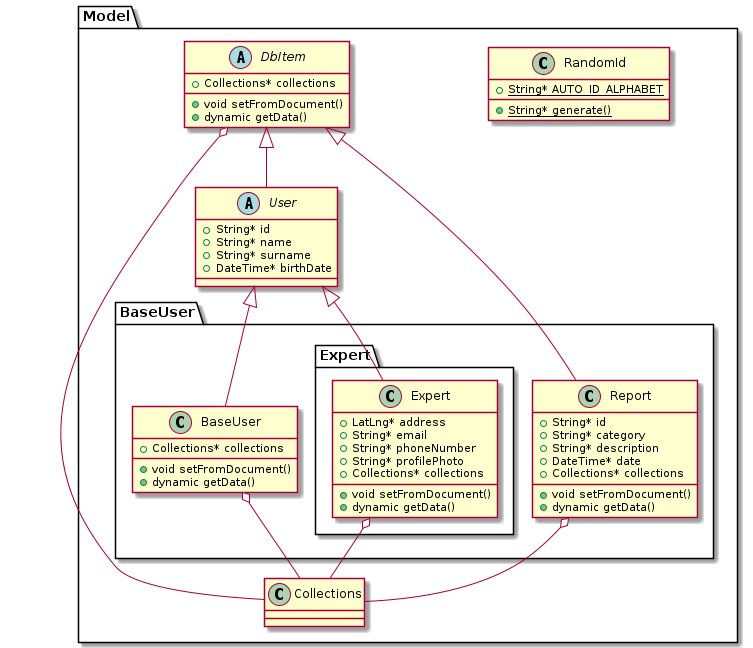
simoneghiazzi/DIMA keeps this PlantUML diagram as out/docs/uml_model1/ModelUML.png. Above is the earlier version. The source it was exported from:
```plantuml
@startuml ModelUML
package Model {
    class "RandomId" {
        {static} +String* AUTO_ID_ALPHABET
        {static} +String* generate()
    }

    abstract class "DbItem" {
        +Collections* collections
        +void setFromDocument()
        +dynamic getData()
    }
    "DbItem" o-- "Collections"

    abstract class "User" {
        +String* id
        +String* name
        +String* surname
        +DateTime* birthDate
    }
    "DbItem" <|-- "User"

    package BaseUser {
        class "Report" {
            +String* id
            +String* category
            +String* description
            +DateTime* date
            +Collections* collections
            +void setFromDocument()
            +dynamic getData()
        }
        "DbItem" <|-- "Report"
        "Report" o-- "Collections"

        class "BaseUser" {
            +Collections* collections
            +void setFromDocument()
            +dynamic getData()
        }
        "User" <|-- "BaseUser"
        "BaseUser" o-- "Collections"

        package Expert {
            class "Expert" {
                +LatLng* address
                +String* email
                +String* phoneNumber
                +String* profilePhoto
                +Collections* collections
                +void setFromDocument()
                +dynamic getData()
            }
            "User" <|-- "Expert"
            "Expert" o-- "Collections"
        }
    }
    @enduml
```
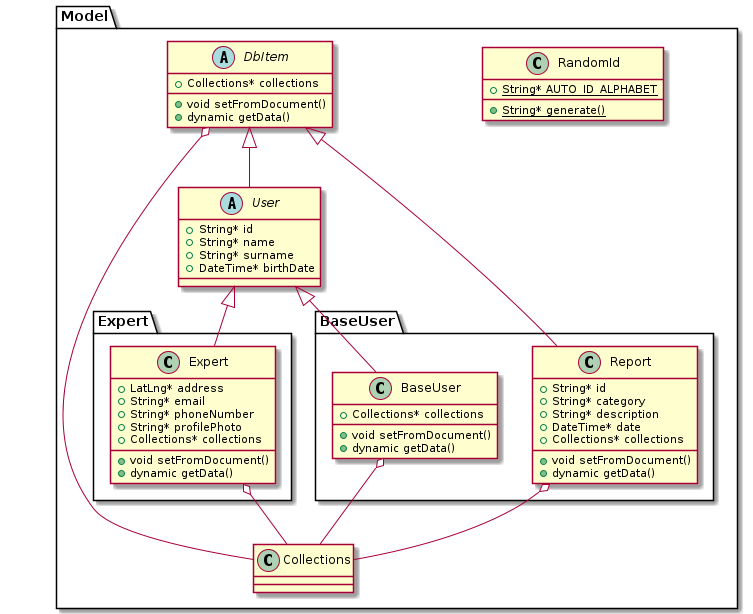
Above is the later version.

Commit message:
uml diagrams

What changed in the source:
```diff
@@ -20,6 +20,20 @@
     }
     "DbItem" <|-- "User"
 
+    package Expert {
+        class "Expert" {
+            +LatLng* address
+            +String* email
+            +String* phoneNumber
+            +String* profilePhoto
+            +Collections* collections
+            +void setFromDocument()
+            +dynamic getData()
+        }
+        "User" <|-- "Expert"
+        "Expert" o-- "Collections"
+    }
+
     package BaseUser {
         class "Report" {
             +String* id
@@ -40,19 +54,6 @@
         }
         "User" <|-- "BaseUser"
         "BaseUser" o-- "Collections"
-
-        package Expert {
-            class "Expert" {
-                +LatLng* address
-                +String* email
-                +String* phoneNumber
-                +String* profilePhoto
-                +Collections* collections
-                +void setFromDocument()
-                +dynamic getData()
-            }
-            "User" <|-- "Expert"
-            "Expert" o-- "Collections"
-        }
     }
-    @enduml
+}
+@enduml
```
